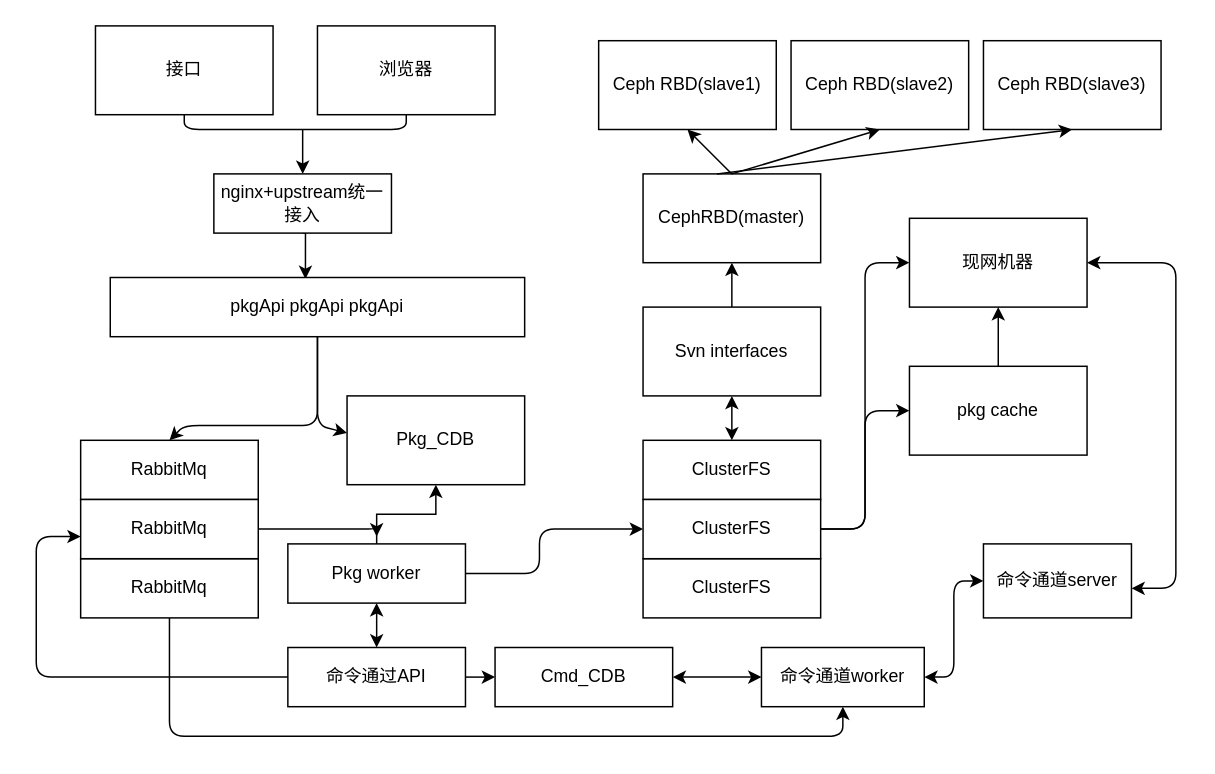
Henryblankwu/untitled7 keeps this draw.io diagram as zhiyunold.drawio. Above is the earlier version. Source tidied: cells renumbered, new cells numbered last; positions are measured from the earlier drawing's top-left corner, leaving out a move shared by most shapes. Both pictures are drawn from the tidied source at 148%, with x=0, y=0 at pixel (36, 25).
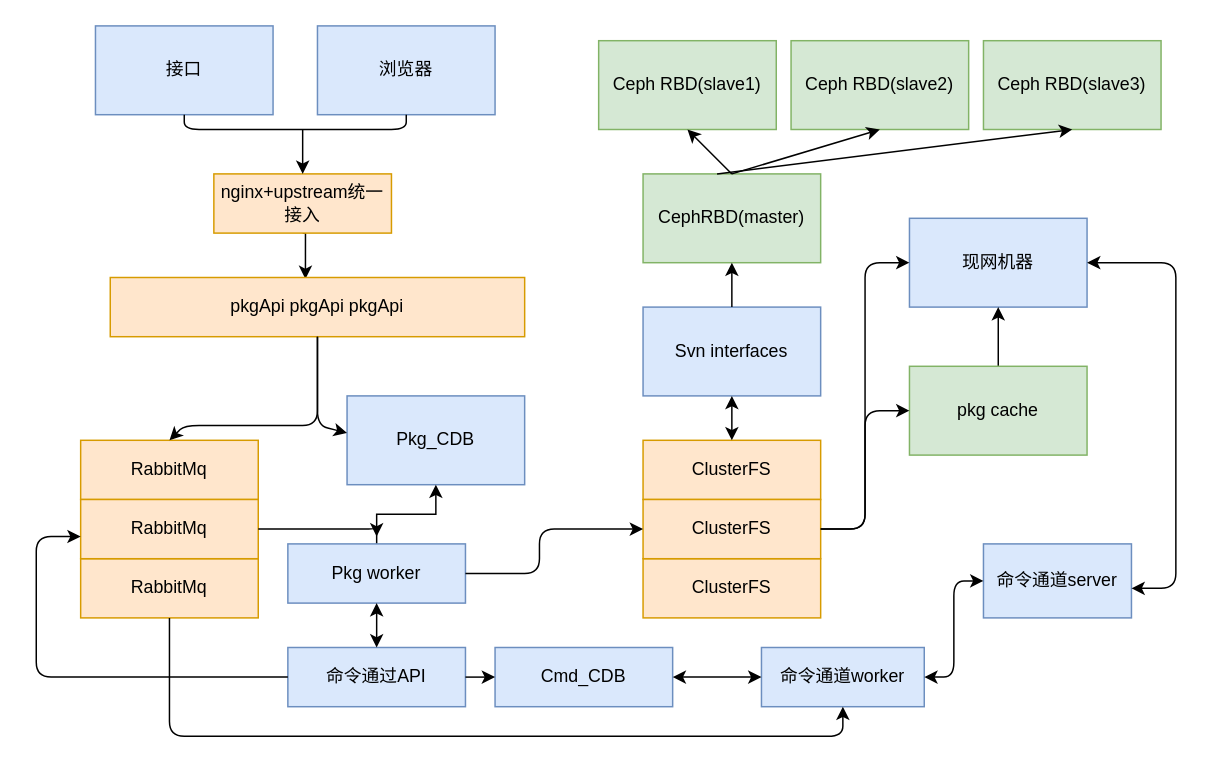
After the change.

Change to the diagram source:
```diff
@@
-    <mxCell id="2" value="接口" style="rounded=0;whiteSpace=wrap;html=1;" parent="1" vertex="1">
+    <mxCell id="2" value="接口" style="rounded=0;whiteSpace=wrap;html=1;fillColor=#dae8fc;strokeColor=#6c8ebf;" parent="1" vertex="1">
       <mxGeometry x="40" width="120" height="60" as="geometry" />
     </mxCell>
-    <mxCell id="3" value="浏览器" style="rounded=0;whiteSpace=wrap;html=1;" parent="1" vertex="1">
+    <mxCell id="3" value="浏览器" style="rounded=0;whiteSpace=wrap;html=1;fillColor=#dae8fc;strokeColor=#6c8ebf;" parent="1" vertex="1">
       <mxGeometry x="190" width="120" height="60" as="geometry" />
     </mxCell>
@@
-    <mxCell id="5" value="nginx+upstream统一接入" style="rounded=0;whiteSpace=wrap;html=1;" parent="1" vertex="1">
+    <mxCell id="5" value="nginx+upstream统一接入" style="rounded=0;whiteSpace=wrap;html=1;fillColor=#ffe6cc;strokeColor=#d79b00;" parent="1" vertex="1">
       <mxGeometry x="120" y="100" width="120" height="40" as="geometry" />
     </mxCell>
-    <mxCell id="6" value="pkgApi pkgApi pkgApi" style="rounded=0;whiteSpace=wrap;html=1;" parent="1" vertex="1">
+    <mxCell id="6" value="pkgApi pkgApi pkgApi" style="rounded=0;whiteSpace=wrap;html=1;fillColor=#ffe6cc;strokeColor=#d79b00;" parent="1" vertex="1">
       <mxGeometry x="50" y="170" width="280" height="40" as="geometry" />
     </mxCell>
-    <mxCell id="7" value="Pkg_CDB" style="rounded=0;whiteSpace=wrap;html=1;" parent="1" vertex="1">
+    <mxCell id="7" value="Pkg_CDB" style="rounded=0;whiteSpace=wrap;html=1;fillColor=#dae8fc;strokeColor=#6c8ebf;" parent="1" vertex="1">
       <mxGeometry x="210" y="250" width="120" height="60" as="geometry" />
     </mxCell>
-    <mxCell id="8" value="RabbitMq" style="rounded=0;whiteSpace=wrap;html=1;" parent="1" vertex="1">
+    <mxCell id="8" value="RabbitMq" style="rounded=0;whiteSpace=wrap;html=1;fillColor=#ffe6cc;strokeColor=#d79b00;" parent="1" vertex="1">
       <mxGeometry x="30" y="280" width="120" height="40" as="geometry" />
     </mxCell>
-    <mxCell id="9" value="&lt;span style=&quot;white-space: normal&quot;&gt;RabbitMq&lt;/span&gt;" style="rounded=0;whiteSpace=wrap;html=1;" parent="1" vertex="1">
+    <mxCell id="9" value="&lt;span style=&quot;white-space: normal&quot;&gt;RabbitMq&lt;/span&gt;" style="rounded=0;whiteSpace=wrap;html=1;fillColor=#ffe6cc;strokeColor=#d79b00;" parent="1" vertex="1">
       <mxGeometry x="30" y="360" width="120" height="40" as="geometry" />
     </mxCell>
-    <mxCell id="10" value="&lt;span style=&quot;white-space: normal&quot;&gt;RabbitMq&lt;/span&gt;" style="rounded=0;whiteSpace=wrap;html=1;" parent="1" vertex="1">
+    <mxCell id="10" value="&lt;span style=&quot;white-space: normal&quot;&gt;RabbitMq&lt;/span&gt;" style="rounded=0;whiteSpace=wrap;html=1;fillColor=#ffe6cc;strokeColor=#d79b00;" parent="1" vertex="1">
       <mxGeometry x="30" y="320" width="120" height="40" as="geometry" />
     </mxCell>
@@
-    <mxCell id="12" value="Pkg worker" style="rounded=0;whiteSpace=wrap;html=1;" parent="1" vertex="1">
+    <mxCell id="12" value="Pkg worker" style="rounded=0;whiteSpace=wrap;html=1;fillColor=#dae8fc;strokeColor=#6c8ebf;" parent="1" vertex="1">
       <mxGeometry x="170" y="350" width="120" height="40" as="geometry" />
     </mxCell>
-    <mxCell id="13" value="命令通过API" style="rounded=0;whiteSpace=wrap;html=1;" parent="1" vertex="1">
+    <mxCell id="13" value="命令通过API" style="rounded=0;whiteSpace=wrap;html=1;fillColor=#dae8fc;strokeColor=#6c8ebf;" parent="1" vertex="1">
       <mxGeometry x="170" y="420" width="120" height="40" as="geometry" />
     </mxCell>
-    <mxCell id="14" value="Ceph RBD(slave1)" style="rounded=0;whiteSpace=wrap;html=1;" parent="1" vertex="1">
+    <mxCell id="14" value="Ceph RBD(slave1)" style="rounded=0;whiteSpace=wrap;html=1;fillColor=#d5e8d4;strokeColor=#82b366;" parent="1" vertex="1">
       <mxGeometry x="380" y="10" width="120" height="60" as="geometry" />
     </mxCell>
-    <mxCell id="15" value="Ceph RBD(slave3)" style="rounded=0;whiteSpace=wrap;html=1;" parent="1" vertex="1">
+    <mxCell id="15" value="Ceph RBD(slave3)" style="rounded=0;whiteSpace=wrap;html=1;fillColor=#d5e8d4;strokeColor=#82b366;" parent="1" vertex="1">
       <mxGeometry x="640" y="10" width="120" height="60" as="geometry" />
     </mxCell>
-    <mxCell id="16" value="Ceph RBD(slave2)" style="rounded=0;whiteSpace=wrap;html=1;" parent="1" vertex="1">
+    <mxCell id="16" value="Ceph RBD(slave2)" style="rounded=0;whiteSpace=wrap;html=1;fillColor=#d5e8d4;strokeColor=#82b366;" parent="1" vertex="1">
       <mxGeometry x="510" y="10" width="120" height="60" as="geometry" />
     </mxCell>
-    <mxCell id="17" value="CephRBD(master)" style="rounded=0;whiteSpace=wrap;html=1;" parent="1" vertex="1">
+    <mxCell id="17" value="CephRBD(master)" style="rounded=0;whiteSpace=wrap;html=1;fillColor=#d5e8d4;strokeColor=#82b366;" parent="1" vertex="1">
       <mxGeometry x="410" y="100" width="120" height="60" as="geometry" />
     </mxCell>
-    <mxCell id="18" value="Svn interfaces" style="rounded=0;whiteSpace=wrap;html=1;" parent="1" vertex="1">
+    <mxCell id="18" value="Svn interfaces" style="rounded=0;whiteSpace=wrap;html=1;fillColor=#dae8fc;strokeColor=#6c8ebf;" parent="1" vertex="1">
       <mxGeometry x="410" y="190" width="120" height="60" as="geometry" />
     </mxCell>
-    <mxCell id="19" value="ClusterFS" style="rounded=0;whiteSpace=wrap;html=1;" parent="1" vertex="1">
+    <mxCell id="19" value="ClusterFS" style="rounded=0;whiteSpace=wrap;html=1;fillColor=#ffe6cc;strokeColor=#d79b00;" parent="1" vertex="1">
       <mxGeometry x="410" y="280" width="120" height="40" as="geometry" />
     </mxCell>
-    <mxCell id="20" value="ClusterFS" style="rounded=0;whiteSpace=wrap;html=1;" parent="1" vertex="1">
+    <mxCell id="20" value="ClusterFS" style="rounded=0;whiteSpace=wrap;html=1;fillColor=#ffe6cc;strokeColor=#d79b00;" parent="1" vertex="1">
       <mxGeometry x="410" y="360" width="120" height="40" as="geometry" />
     </mxCell>
-    <mxCell id="21" value="ClusterFS" style="rounded=0;whiteSpace=wrap;html=1;" parent="1" vertex="1">
+    <mxCell id="21" value="ClusterFS" style="rounded=0;whiteSpace=wrap;html=1;fillColor=#ffe6cc;strokeColor=#d79b00;" parent="1" vertex="1">
       <mxGeometry x="410" y="320" width="120" height="40" as="geometry" />
     </mxCell>
-    <mxCell id="22" value="Cmd_CDB" style="rounded=0;whiteSpace=wrap;html=1;" parent="1" vertex="1">
+    <mxCell id="22" value="Cmd_CDB" style="rounded=0;whiteSpace=wrap;html=1;fillColor=#dae8fc;strokeColor=#6c8ebf;" parent="1" vertex="1">
       <mxGeometry x="310" y="420" width="120" height="40" as="geometry" />
     </mxCell>
-    <mxCell id="23" value="命令通道worker" style="rounded=0;whiteSpace=wrap;html=1;" parent="1" vertex="1">
+    <mxCell id="23" value="命令通道worker" style="rounded=0;whiteSpace=wrap;html=1;fillColor=#dae8fc;strokeColor=#6c8ebf;" parent="1" vertex="1">
       <mxGeometry x="490" y="420" width="110" height="40" as="geometry" />
     </mxCell>
-    <mxCell id="24" value="现网机器" style="rounded=0;whiteSpace=wrap;html=1;" parent="1" vertex="1">
+    <mxCell id="24" value="现网机器" style="rounded=0;whiteSpace=wrap;html=1;fillColor=#dae8fc;strokeColor=#6c8ebf;" parent="1" vertex="1">
       <mxGeometry x="590" y="130" width="120" height="60" as="geometry" />
     </mxCell>
@@
-    <mxCell id="26" value="pkg cache" style="rounded=0;whiteSpace=wrap;html=1;" parent="1" vertex="1">
+    <mxCell id="26" value="pkg cache" style="rounded=0;whiteSpace=wrap;html=1;fillColor=#d5e8d4;strokeColor=#82b366;" parent="1" vertex="1">
       <mxGeometry x="590" y="230" width="120" height="60" as="geometry" />
     </mxCell>
-    <mxCell id="27" value="命令通道server" style="rounded=0;whiteSpace=wrap;html=1;" parent="1" vertex="1">
+    <mxCell id="27" value="命令通道server" style="rounded=0;whiteSpace=wrap;html=1;fillColor=#dae8fc;strokeColor=#6c8ebf;" parent="1" vertex="1">
       <mxGeometry x="640" y="350" width="100" height="50" as="geometry" />
     </mxCell>
```
